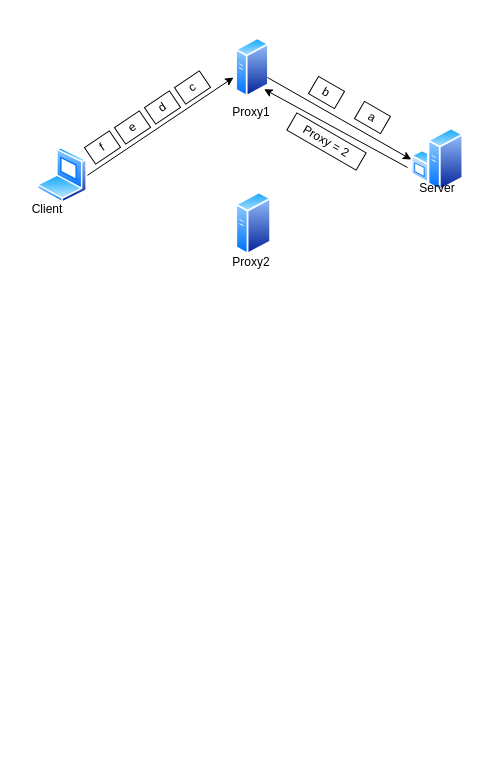
This is proxy.drawio from Norton-Lin/Picture, a draw.io file, before an edit. Source tidied: cells renumbered, new cells numbered last; positions are measured from the earlier drawing's top-left corner, leaving out a move shared by most shapes. Both pictures are drawn from the tidied source at 100%, with x=0, y=0 at pixel (17, 37).
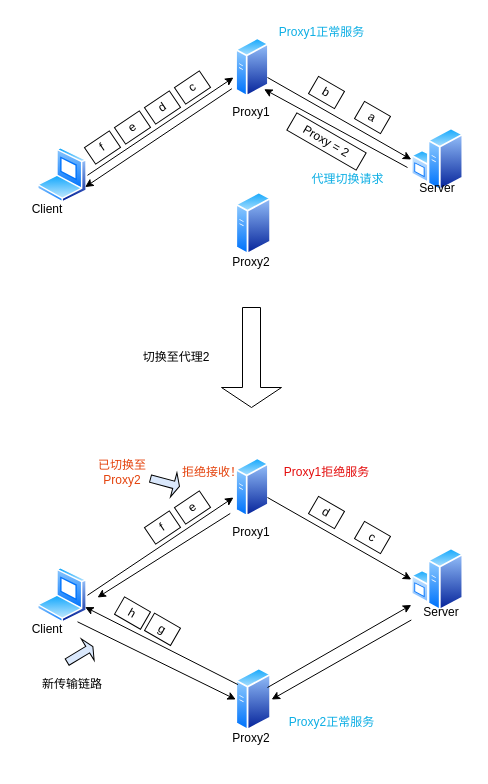
After the change.

Unchanged cells that the change refers to:
```xml
<mxCell id="2" style="image;perimeter=ellipsePerimeter;html=1;align=center;shadow=0;dashed=0;spacingTop=3;image=img/lib/active_directory/laptop_client.svg;" parent="1" vertex="1">
  <mxGeometry x="20" y="110" width="50" height="55.6" as="geometry" />
</mxCell>
<mxCell id="4" style="image;perimeter=ellipsePerimeter;html=1;align=center;shadow=0;dashed=0;spacingTop=3;image=img/lib/active_directory/generic_server.svg;" parent="1" vertex="1">
  <mxGeometry x="218.2" width="33.6" height="60" as="geometry" />
</mxCell>
```

What changed in the source:
```diff
@@
+    <mxCell id="20" style="endArrow=classic;html=1;rounded=0;exitX=-0.114;exitY=0.853;exitDx=0;exitDy=0;exitPerimeter=0;entryX=1;entryY=0.75;entryDx=0;entryDy=0;" parent="1" edge="1" source="4" target="2">
+      <mxGeometry relative="1" as="geometry" />
+    </mxCell>
+    <mxCell id="21" style="group;" parent="1" vertex="1">
+      <mxGeometry y="420" width="450" height="310" as="geometry" />
+    </mxCell>
+    <mxCell id="22" style="image;perimeter=ellipsePerimeter;html=1;align=center;shadow=0;dashed=0;spacingTop=3;image=img/lib/active_directory/laptop_client.svg;" parent="21" vertex="1">
+      <mxGeometry x="20" y="110" width="50" height="55.6" as="geometry" />
+    </mxCell>
+    <mxCell id="23" style="image;perimeter=ellipsePerimeter;html=1;align=center;shadow=0;dashed=0;spacingTop=3;image=img/lib/active_directory/windows_server.svg;" parent="21" vertex="1">
+      <mxGeometry x="393.8" y="90" width="52.5" height="64" as="geometry" />
+    </mxCell>
+    <mxCell id="24" style="image;perimeter=ellipsePerimeter;html=1;align=center;shadow=0;dashed=0;spacingTop=3;image=img/lib/active_directory/generic_server.svg;" parent="21" vertex="1">
+      <mxGeometry x="218.2" width="33.6" height="60" as="geometry" />
+    </mxCell>
+    <mxCell id="25" style="image;perimeter=ellipsePerimeter;html=1;align=center;shadow=0;dashed=0;spacingTop=3;image=img/lib/active_directory/generic_server.svg;" parent="21" vertex="1">
+      <mxGeometry x="218.3" y="210" width="35.8" height="64" as="geometry" />
+    </mxCell>
+    <mxCell id="26" value="Client" style="text;html=1;align=center;verticalAlign=middle;whiteSpace=wrap;rounded=0;" parent="21" vertex="1">
+      <mxGeometry y="156.8" width="60" height="30" as="geometry" />
+    </mxCell>
+    <mxCell id="27" value="Server" style="text;html=1;align=center;verticalAlign=middle;whiteSpace=wrap;rounded=0;" parent="21" vertex="1">
+      <mxGeometry x="393.8" y="140" width="60" height="30" as="geometry" />
+    </mxCell>
+    <mxCell id="28" value="Proxy1" style="text;html=1;align=center;verticalAlign=middle;whiteSpace=wrap;rounded=0;" parent="21" vertex="1">
+      <mxGeometry x="204" y="60" width="60" height="30" as="geometry" />
+    </mxCell>
+    <mxCell id="29" value="Proxy2" style="text;html=1;align=center;verticalAlign=middle;whiteSpace=wrap;rounded=0;" parent="21" vertex="1">
+      <mxGeometry x="204" y="266" width="60" height="30" as="geometry" />
+    </mxCell>
+    <mxCell id="30" style="endArrow=classic;html=1;rounded=0;exitX=1;exitY=0.5;exitDx=0;exitDy=0;" parent="21" edge="1" source="22">
+      <mxGeometry relative="1" as="geometry">
+        <mxPoint x="216" y="40" as="targetPoint" />
+      </mxGeometry>
+    </mxCell>
+    <mxCell id="31" value="f" style="rounded=0;whiteSpace=wrap;html=1;rotation=-34;" parent="21" vertex="1">
+      <mxGeometry x="130" y="60" width="30" height="20" as="geometry" />
+    </mxCell>
+    <mxCell id="32" value="e" style="rounded=0;whiteSpace=wrap;html=1;rotation=-34;" parent="21" vertex="1">
+      <mxGeometry x="160" y="40" width="30" height="20" as="geometry" />
+    </mxCell>
+    <mxCell id="33" style="endArrow=classic;html=1;rounded=0;entryX=0;entryY=0.5;entryDx=0;entryDy=0;" parent="21" edge="1" target="23">
+      <mxGeometry relative="1" as="geometry">
+        <mxPoint x="250" y="40" as="sourcePoint" />
+      </mxGeometry>
+    </mxCell>
+    <mxCell id="34" value="d" style="rounded=0;whiteSpace=wrap;html=1;rotation=30;" parent="21" vertex="1">
+      <mxGeometry x="294" y="45" width="30" height="20" as="geometry" />
+    </mxCell>
+    <mxCell id="35" value="c" style="rounded=0;whiteSpace=wrap;html=1;rotation=30;" parent="21" vertex="1">
+      <mxGeometry x="340" y="70" width="30" height="20" as="geometry" />
+    </mxCell>
+    <mxCell id="36" style="endArrow=classic;html=1;rounded=0;entryX=0;entryY=0.25;entryDx=0;entryDy=0;" parent="21" edge="1" target="27">
+      <mxGeometry relative="1" as="geometry">
+        <mxPoint x="250" y="230" as="sourcePoint" />
+      </mxGeometry>
+    </mxCell>
+    <mxCell id="37" style="endArrow=classic;html=1;rounded=0;exitX=0;exitY=0.25;exitDx=0;exitDy=0;entryX=1;entryY=0.75;entryDx=0;entryDy=0;" parent="21" edge="1" source="25" target="22">
+      <mxGeometry relative="1" as="geometry" />
+    </mxCell>
+    <mxCell id="38" style="endArrow=classic;html=1;rounded=0;exitX=0;exitY=0.75;exitDx=0;exitDy=0;entryX=1;entryY=0.5;entryDx=0;entryDy=0;" parent="21" edge="1" source="27" target="25">
+      <mxGeometry relative="1" as="geometry" />
+    </mxCell>
+    <mxCell id="39" style="endArrow=classic;html=1;rounded=0;exitX=1;exitY=0.25;exitDx=0;exitDy=0;entryX=0;entryY=0.5;entryDx=0;entryDy=0;" parent="21" edge="1" source="26" target="25">
+      <mxGeometry relative="1" as="geometry" />
+    </mxCell>
+    <mxCell id="40" style="endArrow=classic;html=1;rounded=0;exitX=-0.162;exitY=0.933;exitDx=0;exitDy=0;exitPerimeter=0;" parent="21" edge="1" source="24">
+      <mxGeometry relative="1" as="geometry">
+        <mxPoint x="80" y="140" as="targetPoint" />
+      </mxGeometry>
+    </mxCell>
+    <mxCell id="41" value="g" style="rounded=0;whiteSpace=wrap;html=1;rotation=30;" parent="21" vertex="1">
+      <mxGeometry x="130" y="161.8" width="30" height="20" as="geometry" />
+    </mxCell>
+    <mxCell id="42" value="h" style="rounded=0;whiteSpace=wrap;html=1;rotation=30;" parent="21" vertex="1">
+      <mxGeometry x="100" y="145.6" width="30" height="20" as="geometry" />
+    </mxCell>
+    <mxCell id="43" value="&lt;font color=&quot;#e4420c&quot;&gt;拒绝接收！&lt;/font&gt;" style="text;html=1;align=center;verticalAlign=middle;whiteSpace=wrap;rounded=0;" parent="21" vertex="1">
+      <mxGeometry x="160" width="70" height="30" as="geometry" />
+    </mxCell>
+    <mxCell id="44" style="shape=singleArrow;direction=south;whiteSpace=wrap;html=1;rotation=-121;fillColor=#dae8fc;" parent="21" vertex="1">
+      <mxGeometry x="50" y="181.8" width="25" height="30" as="geometry" />
+    </mxCell>
+    <mxCell id="45" value="新传输链路" style="text;html=1;align=center;verticalAlign=middle;whiteSpace=wrap;rounded=0;" parent="21" vertex="1">
+      <mxGeometry x="20" y="211.8" width="70" height="30" as="geometry" />
+    </mxCell>
+    <mxCell id="46" style="shape=singleArrow;direction=south;whiteSpace=wrap;html=1;rotation=-75;fillColor=#dae8fc;" parent="21" vertex="1">
+      <mxGeometry x="135" y="10" width="25" height="30" as="geometry" />
+    </mxCell>
+    <mxCell id="47" value="&lt;font color=&quot;#e4420c&quot;&gt;已切换至Proxy2&lt;/font&gt;" style="text;html=1;align=center;verticalAlign=middle;whiteSpace=wrap;rounded=0;" parent="21" vertex="1">
+      <mxGeometry x="70" width="70" height="30" as="geometry" />
+    </mxCell>
+    <mxCell id="48" value="&lt;font color=&quot;#0caee4&quot;&gt;Proxy2正常服务&lt;/font&gt;" style="text;html=1;align=center;verticalAlign=middle;whiteSpace=wrap;rounded=0;" parent="21" vertex="1">
+      <mxGeometry x="264" y="250" width="101" height="30" as="geometry" />
+    </mxCell>
+    <mxCell id="49" value="&lt;font color=&quot;#e40c0c&quot;&gt;Proxy1拒绝服务&lt;/font&gt;" style="text;html=1;align=center;verticalAlign=middle;whiteSpace=wrap;rounded=0;" parent="21" vertex="1">
+      <mxGeometry x="258.5" width="101" height="30" as="geometry" />
+    </mxCell>
+    <mxCell id="50" style="shape=singleArrow;direction=south;whiteSpace=wrap;html=1;" parent="1" vertex="1">
+      <mxGeometry x="204" y="270" width="60" height="100" as="geometry" />
+    </mxCell>
+    <mxCell id="51" value="切换至代理2" style="text;html=1;align=center;verticalAlign=middle;whiteSpace=wrap;rounded=0;" parent="1" vertex="1">
+      <mxGeometry x="114" y="307.5" width="90" height="25" as="geometry" />
+    </mxCell>
+    <mxCell id="52" value="&lt;font color=&quot;#0caee4&quot;&gt;Proxy1正常服务&lt;/font&gt;" style="text;html=1;align=center;verticalAlign=middle;whiteSpace=wrap;rounded=0;" parent="1" vertex="1">
+      <mxGeometry x="254.2" y="-20" width="101" height="30" as="geometry" />
+    </mxCell>
+    <mxCell id="53" value="&lt;font color=&quot;#0caee4&quot;&gt;代理切换请求&lt;/font&gt;" style="text;html=1;align=center;verticalAlign=middle;whiteSpace=wrap;rounded=0;" parent="1" vertex="1">
+      <mxGeometry x="280" y="126.8" width="101" height="30" as="geometry" />
+    </mxCell>
```
